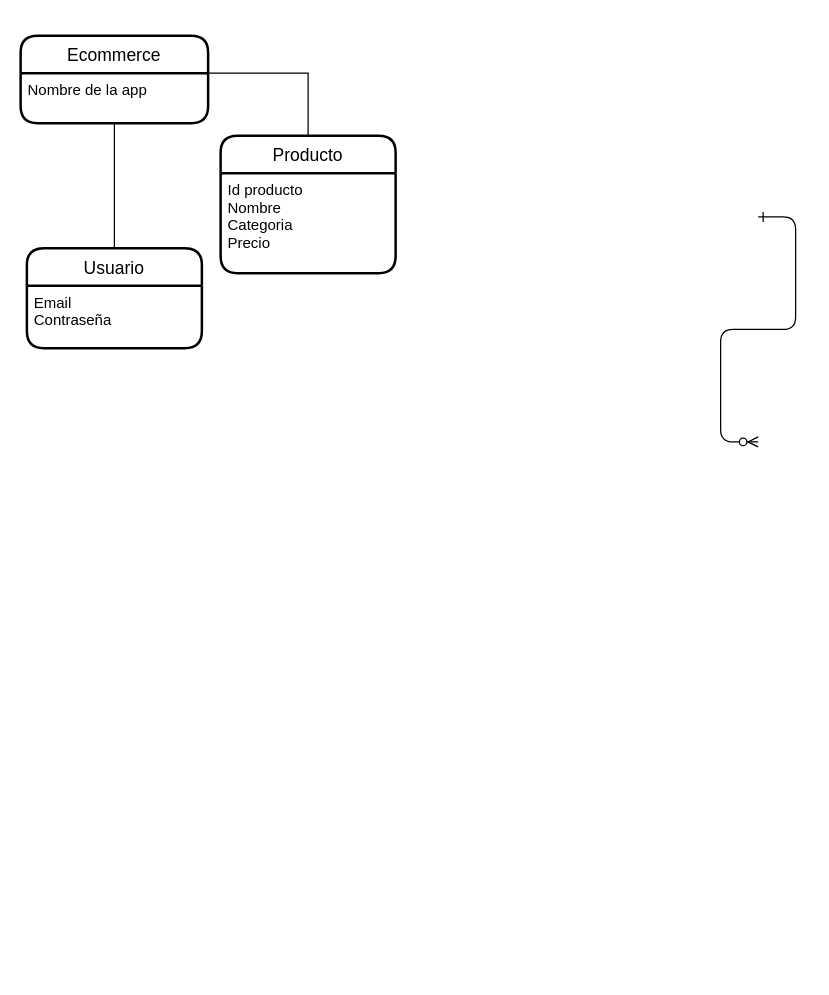
This is Diagrama ER Ecommerce.drawio from talentot/ProyectoFinal, a draw.io file, before an edit. Source tidied: cells renumbered, new cells numbered last; positions are measured from the earlier drawing's top-left corner, leaving out a move shared by most shapes. Both pictures are drawn from the tidied source at 125%, with x=0, y=0 at pixel (20, 35).
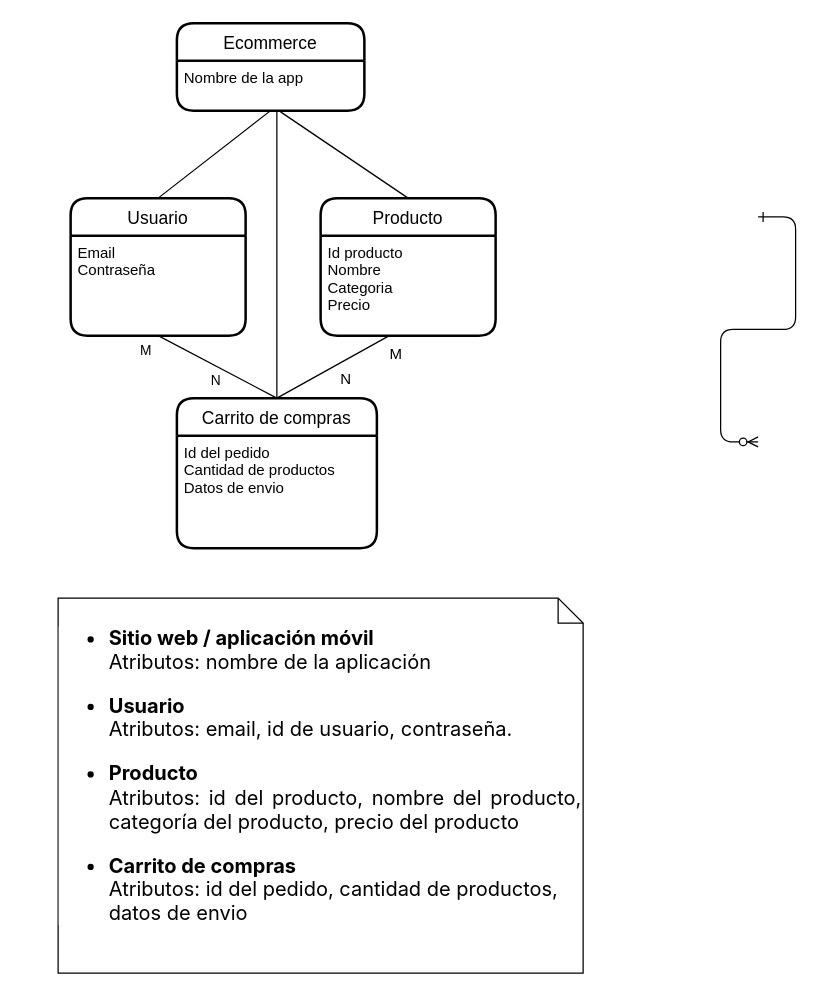
Above is the later version.

The change refers to these unchanged cells:
```xml
<mxCell id="8" value="Nombre de la app" style="align=left;strokeColor=none;fillColor=none;spacingLeft=4;fontSize=12;verticalAlign=top;" parent="7" vertex="1">
  <mxGeometry y="30" width="150" height="40" as="geometry" />
</mxCell>
```

What changed in the source:
```diff
@@
-    <mxCell id="3" value="Usuario" style="swimlane;horizontal=1;startSize=30;rounded=1;fontSize=14;fontStyle=0;strokeWidth=2;shadow=0;dashed=0;align=center;" parent="1" vertex="1">
-      <mxGeometry x="5" y="170" width="140" height="80" as="geometry" />
-    </mxCell>
-    <mxCell id="4" value="Email&#10;Contraseña" style="align=left;strokeColor=none;fillColor=none;spacingLeft=4;fontSize=12;verticalAlign=top;" parent="3" vertex="1">
-      <mxGeometry y="30" width="140" height="50" as="geometry" />
-    </mxCell>
     <mxCell id="5" value="Producto" style="swimlane;horizontal=1;startSize=30;rounded=1;fontSize=14;fontStyle=0;strokeWidth=2;shadow=0;dashed=0;align=center;" parent="1" vertex="1">
-      <mxGeometry x="160" y="80" width="140" height="110" as="geometry" />
+      <mxGeometry x="240" y="130" width="140" height="110" as="geometry" />
     </mxCell>
@@
+    <mxCell id="12" style="endArrow=none;html=1;rounded=0;exitX=0.5;exitY=0;exitDx=0;exitDy=0;" parent="5" edge="1" source="14">
+      <mxGeometry relative="1" as="geometry">
+        <mxPoint x="55" y="110" as="targetPoint" />
+      </mxGeometry>
+    </mxCell>
+    <mxCell id="13" value="&lt;ul style=&quot;box-sizing: border-box; margin-top: 0px; margin-bottom: 1rem; font-family: Poppins, -apple-system, blinkmacsystemfont, &amp;quot;Segoe UI&amp;quot;, roboto, &amp;quot;Helvetica Neue&amp;quot;, arial, &amp;quot;Noto Sans&amp;quot;, sans-serif, &amp;quot;Apple Color Emoji&amp;quot;, &amp;quot;Segoe UI Emoji&amp;quot;, &amp;quot;Segoe UI Symbol&amp;quot;, &amp;quot;Noto Color Emoji&amp;quot;; font-size: 16px; text-align: left; background-color: rgb(255, 255, 255);&quot;&gt;&lt;li style=&quot;box-sizing: border-box;&quot;&gt;&lt;span style=&quot;box-sizing: border-box; font-weight: bolder;&quot;&gt;Sitio web / aplicación móvil&lt;/span&gt;&lt;/li&gt;&lt;p style=&quot;box-sizing: border-box; margin-top: 0px; margin-bottom: 1rem; text-align: justify;&quot;&gt;Atributos: nombre de la aplicación&lt;/p&gt;&lt;li style=&quot;box-sizing: border-box;&quot;&gt;&lt;b&gt;Usuario&lt;/b&gt;&lt;/li&gt;&lt;p style=&quot;box-sizing: border-box; margin-top: 0px; margin-bottom: 1rem; text-align: justify;&quot;&gt;Atributos: email, id de usuario, contraseña.&lt;/p&gt;&lt;li style=&quot;box-sizing: border-box;&quot;&gt;&lt;span style=&quot;box-sizing: border-box; font-weight: bolder;&quot;&gt;Producto&lt;/span&gt;&lt;/li&gt;&lt;p style=&quot;box-sizing: border-box; margin-top: 0px; margin-bottom: 1rem; text-align: justify;&quot;&gt;Atributos: id del producto, nombre del producto, categoría del producto, precio del producto&lt;/p&gt;&lt;li&gt;&lt;span style=&quot;text-align: left; background-color: rgb(255, 255, 255); font-family: Poppins, -apple-system, blinkmacsystemfont, &amp;quot;Segoe UI&amp;quot;, roboto, &amp;quot;Helvetica Neue&amp;quot;, arial, &amp;quot;Noto Sans&amp;quot;, sans-serif, &amp;quot;Apple Color Emoji&amp;quot;, &amp;quot;Segoe UI Emoji&amp;quot;, &amp;quot;Segoe UI Symbol&amp;quot;, &amp;quot;Noto Color Emoji&amp;quot;; font-size: 16px;&quot;&gt;&lt;b&gt;Carrito de compras&lt;br&gt;&lt;/b&gt;&lt;/span&gt;Atributos: id del pedido, cantidad de productos, datos de envio&lt;/li&gt;&lt;/ul&gt;" style="shape=note;size=20;whiteSpace=wrap;html=1;" parent="1" vertex="1">
+      <mxGeometry x="30" y="450" width="420" height="300" as="geometry" />
+    </mxCell>
+    <mxCell id="14" value="Carrito de compras" style="swimlane;horizontal=1;startSize=30;rounded=1;fontSize=14;fontStyle=0;strokeWidth=2;shadow=0;dashed=0;align=center;" parent="1" vertex="1">
+      <mxGeometry x="125" y="290" width="160" height="120" as="geometry" />
+    </mxCell>
+    <mxCell id="15" value="Id del pedido&#10;Cantidad de productos&#10;Datos de envio" style="align=left;strokeColor=none;fillColor=none;spacingLeft=4;fontSize=12;verticalAlign=top;" parent="14" vertex="1">
+      <mxGeometry y="30" width="160" height="90" as="geometry" />
+    </mxCell>
+    <mxCell id="16" style="endArrow=none;html=1;rounded=0;entryX=0.5;entryY=0;entryDx=0;entryDy=0;exitX=0.5;exitY=1;exitDx=0;exitDy=0;" parent="1" edge="1" source="4" target="14">
+      <mxGeometry relative="1" as="geometry" />
+    </mxCell>
+    <mxCell id="17" value="M" style="edgeLabel;html=1;align=center;verticalAlign=middle;" parent="16" vertex="1">
+      <mxGeometry x="-0.29" y="7" relative="1" as="geometry">
+        <mxPoint x="-47" as="offset" />
+      </mxGeometry>
+    </mxCell>
+    <mxCell id="18" value="N" style="edgeLabel;html=1;align=center;verticalAlign=middle;" parent="16" vertex="1">
+      <mxGeometry x="0.06" y="-10" relative="1" as="geometry" />
+    </mxCell>
+    <mxCell id="19" style="endArrow=none;html=1;rounded=0;entryX=0.5;entryY=0;entryDx=0;entryDy=0;startArrow=none;exitX=0.553;exitY=1.025;exitDx=0;exitDy=0;exitPerimeter=0;" parent="1" edge="1" source="8" target="5">
+      <mxGeometry relative="1" as="geometry" />
+    </mxCell>
+    <mxCell id="20" style="endArrow=none;html=1;rounded=0;entryX=0.5;entryY=0;entryDx=0;entryDy=0;" parent="1" edge="1" target="14">
+      <mxGeometry relative="1" as="geometry">
+        <mxPoint x="205" y="60" as="sourcePoint" />
+      </mxGeometry>
+    </mxCell>
     <mxCell id="7" value="Ecommerce" style="swimlane;horizontal=1;startSize=30;rounded=1;fontSize=14;fontStyle=0;strokeWidth=2;shadow=0;dashed=0;align=center;" parent="1" vertex="1">
-      <mxGeometry width="150" height="70" as="geometry" />
+      <mxGeometry x="125" y="-10" width="150" height="70" as="geometry" />
     </mxCell>
@@
-    <mxCell id="10" style="endArrow=none;html=1;rounded=0;entryX=0.5;entryY=0;entryDx=0;entryDy=0;exitX=0.5;exitY=1;exitDx=0;exitDy=0;" parent="1" edge="1" source="8" target="3">
-      <mxGeometry relative="1" as="geometry" />
-    </mxCell>
-    <mxCell id="11" style="endArrow=none;html=1;rounded=0;entryX=0.5;entryY=0;entryDx=0;entryDy=0;" parent="1" edge="1" target="5">
-      <mxGeometry relative="1" as="geometry">
-        <mxPoint x="150" y="30" as="sourcePoint" />
-        <Array as="points">
-          <mxPoint x="230" y="30" />
-        </Array>
-      </mxGeometry>
-    </mxCell>
+    <mxCell id="21" style="endArrow=none;html=1;rounded=0;entryX=0.5;entryY=1;entryDx=0;entryDy=0;startArrow=none;exitX=0.5;exitY=0;exitDx=0;exitDy=0;" parent="1" edge="1" source="3" target="8">
+      <mxGeometry relative="1" as="geometry" />
+    </mxCell>
+    <mxCell id="3" value="Usuario" style="swimlane;horizontal=1;startSize=30;rounded=1;fontSize=14;fontStyle=0;strokeWidth=2;shadow=0;dashed=0;align=center;" parent="1" vertex="1">
+      <mxGeometry x="40" y="130" width="140" height="110" as="geometry" />
+    </mxCell>
+    <mxCell id="4" value="Email&#10;Contraseña" style="align=left;strokeColor=none;fillColor=none;spacingLeft=4;fontSize=12;verticalAlign=top;" parent="3" vertex="1">
+      <mxGeometry y="30" width="140" height="80" as="geometry" />
+    </mxCell>
+    <mxCell id="22" value="N" style="text;html=1;align=center;verticalAlign=middle;strokeColor=none;fillColor=none;" parent="1" vertex="1">
+      <mxGeometry x="245" y="260" width="30" height="30" as="geometry" />
+    </mxCell>
+    <mxCell id="23" value="M" style="text;html=1;align=center;verticalAlign=middle;strokeColor=none;fillColor=none;" parent="1" vertex="1">
+      <mxGeometry x="285" y="240" width="30" height="30" as="geometry" />
+    </mxCell>
```
